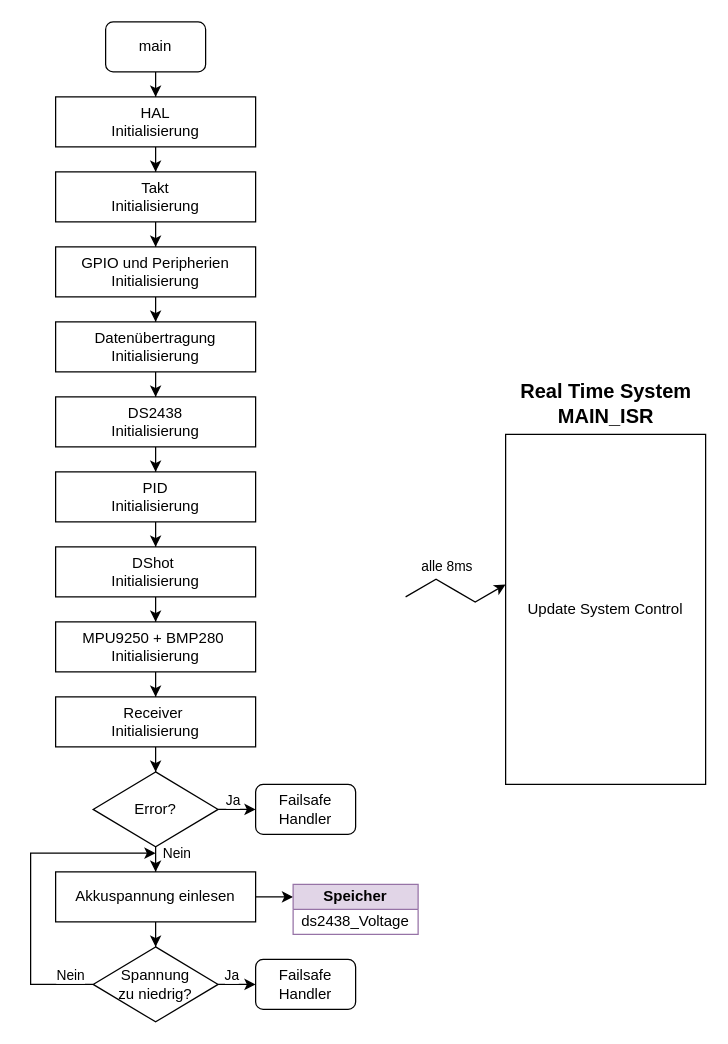
The draw.io diagram page "main" (2 of 5) of Dokumentation/Bilder/Softwarearchitektur/Softwarearchitektur.drawio in FrogMoment/FPV_Drohne_202324, before the edit. Source tidied: cells renumbered, new cells numbered last; positions are measured from the earlier drawing's top-left corner, leaving out a move shared by most shapes. Both pictures are drawn from the tidied source at 125%, with x=0, y=0 at pixel (30, 21).
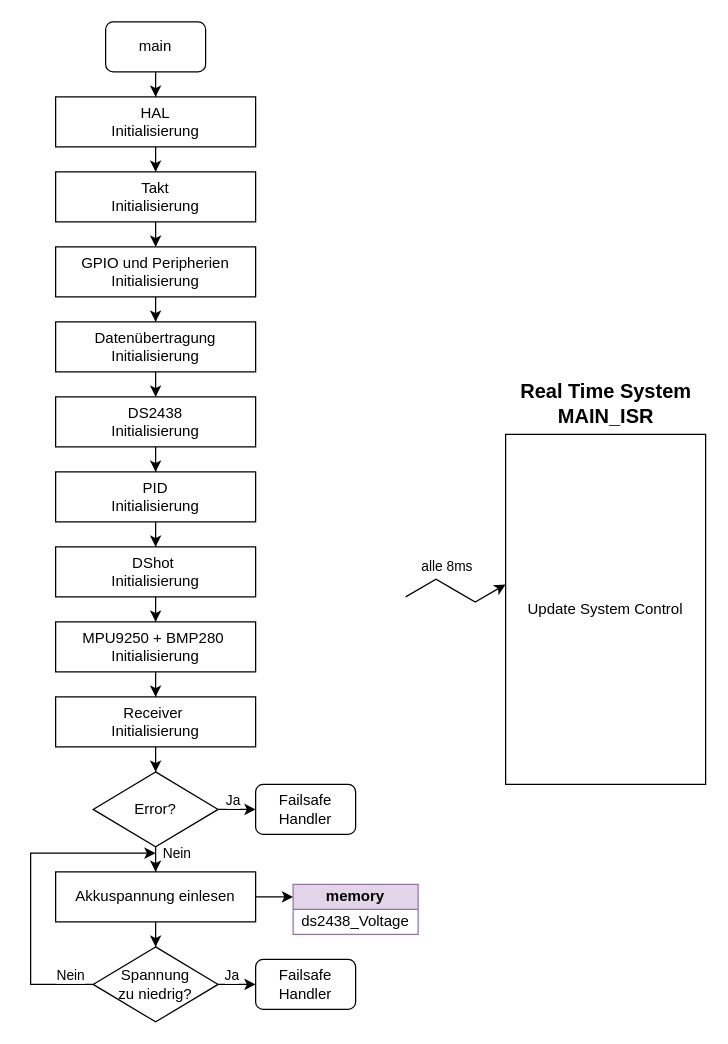
The same page after the edit.

The edit, as a diff of the source:
```diff
@@
-    <mxCell id="41" value="&lt;b&gt;Speicher&lt;/b&gt;" style="swimlane;fontStyle=0;horizontal=1;startSize=20;whiteSpace=wrap;html=1;fillColor=#e1d5e7;strokeColor=#9673a6;" parent="1" vertex="1">
+    <mxCell id="41" value="&lt;b&gt;memory&lt;/b&gt;" style="swimlane;fontStyle=0;horizontal=1;startSize=20;whiteSpace=wrap;html=1;fillColor=#e1d5e7;strokeColor=#9673a6;" parent="1" vertex="1">
       <mxGeometry x="210" y="690" width="100" height="40" as="geometry" />
     </mxCell>
```
